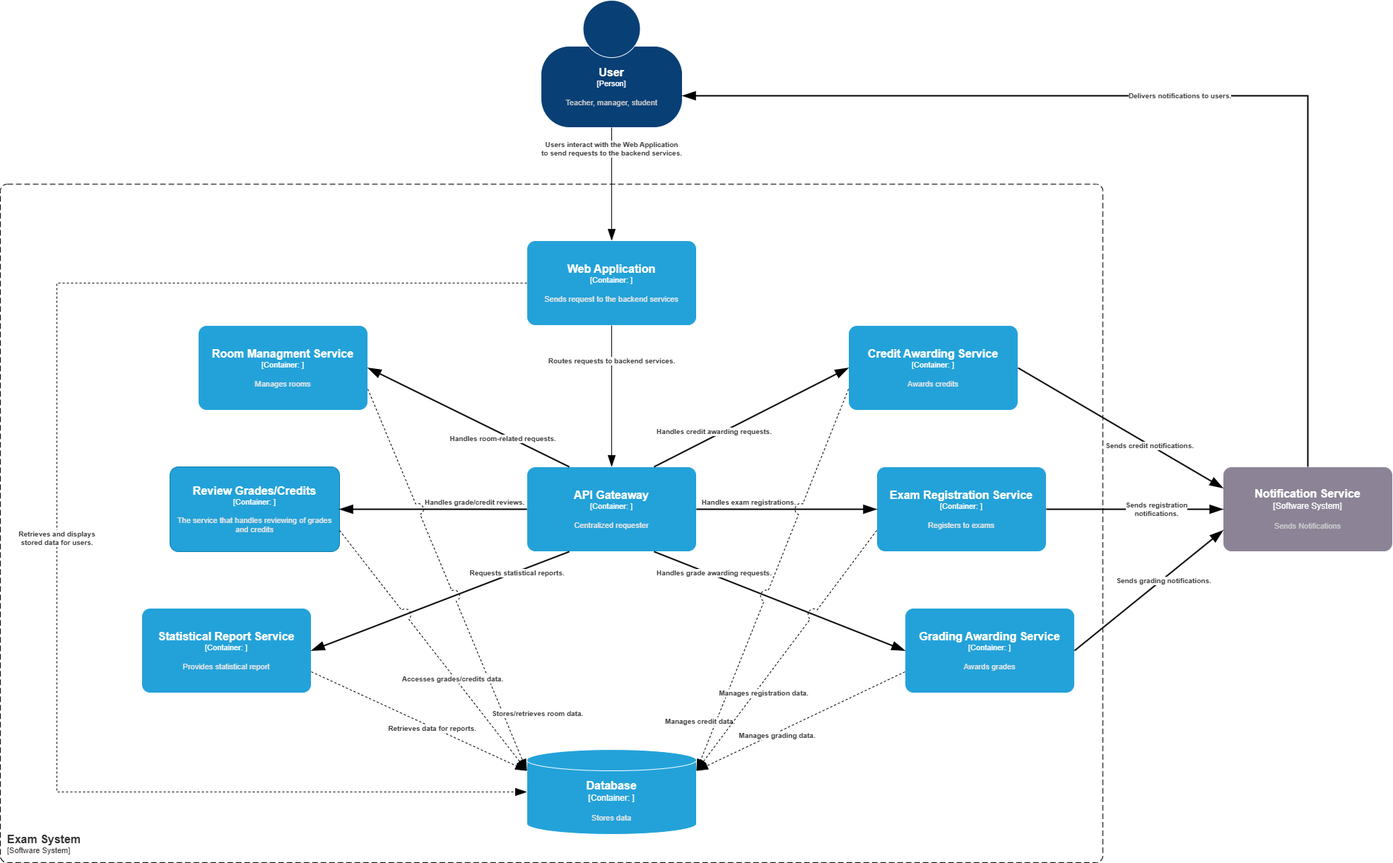
The draw.io diagram C4 Model/L2 Diagram.png in Metalystn/Exam-repository, before a commit. Source tidied: cells renumbered, new cells last; positions are measured from the earlier drawing's top-left corner, leaving out a move shared by most shapes.
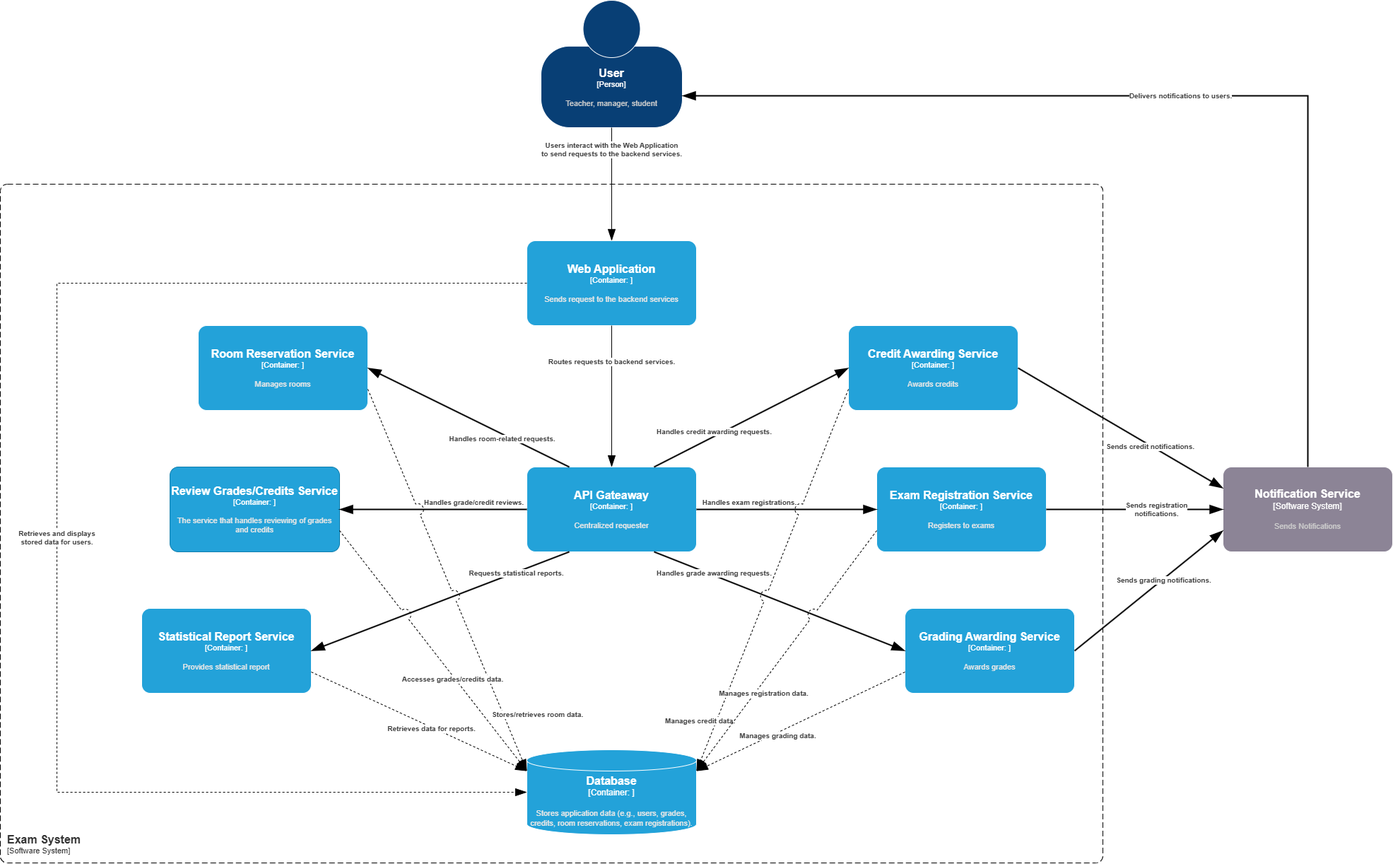
The same diagram one commit later.

Diff of the diagram source:
```diff
@@ -32,7 +32,7 @@
         <mxGeometry x="745" y="340" width="240" height="120" as="geometry" />
       </mxCell>
     </object>
-    <object id="8" label="&lt;font style=&quot;font-size: 16px&quot;&gt;&lt;b&gt;%c4Name%&lt;/b&gt;&lt;/font&gt;&lt;div&gt;[%c4Type%: %c4Technology%]&lt;/div&gt;&lt;br&gt;&lt;div&gt;&lt;font style=&quot;font-size: 11px&quot;&gt;&lt;font color=&quot;#E6E6E6&quot;&gt;%c4Description%&lt;/font&gt;&lt;/div&gt;" c4Description="Manages rooms" c4Name="Room Managment Service" c4Technology="" c4Type="Container" placeholders="1">
+    <object id="8" label="&lt;font style=&quot;font-size: 16px&quot;&gt;&lt;b&gt;%c4Name%&lt;/b&gt;&lt;/font&gt;&lt;div&gt;[%c4Type%: %c4Technology%]&lt;/div&gt;&lt;br&gt;&lt;div&gt;&lt;font style=&quot;font-size: 11px&quot;&gt;&lt;font color=&quot;#E6E6E6&quot;&gt;%c4Description%&lt;/font&gt;&lt;/div&gt;" c4Description="Manages rooms" c4Name="Room Reservation Service" c4Technology="" c4Type="Container" placeholders="1">
       <mxCell style="rounded=1;whiteSpace=wrap;html=1;fontSize=11;labelBackgroundColor=none;fillColor=#23A2D9;fontColor=#ffffff;align=center;arcSize=10;strokeColor=#FFFFFF;points=[[0.25,0,0],[0.5,0,0],[0.75,0,0],[1,0.25,0],[1,0.5,0],[1,0.75,0],[0.75,1,0],[0.5,1,0],[0.25,1,0],[0,0.75,0],[0,0.5,0],[0,0.25,0]];" parent="1" vertex="1">
         <mxGeometry x="280" y="460" width="240" height="120" as="geometry" />
       </mxCell>
@@ -47,7 +47,7 @@
         <mxGeometry x="1730" y="660" width="240" height="120" as="geometry" />
       </mxCell>
     </object>
-    <object id="11" label="&lt;font style=&quot;font-size: 16px&quot;&gt;&lt;b&gt;%c4Name%&lt;/b&gt;&lt;/font&gt;&lt;div&gt;[%c4Type%:&amp;nbsp;%c4Technology%]&lt;/div&gt;&lt;br&gt;&lt;div&gt;&lt;font style=&quot;font-size: 11px&quot;&gt;&lt;font color=&quot;#E6E6E6&quot;&gt;%c4Description%&lt;/font&gt;&lt;/div&gt;" c4Description="Stores data" c4Name="Database" c4Technology="" c4Type="Container" placeholders="1">
+    <object id="11" label="&lt;font style=&quot;font-size: 16px&quot;&gt;&lt;b&gt;%c4Name%&lt;/b&gt;&lt;/font&gt;&lt;div&gt;[%c4Type%:&amp;nbsp;%c4Technology%]&lt;/div&gt;&lt;br&gt;&lt;div&gt;&lt;font style=&quot;font-size: 11px&quot;&gt;&lt;font color=&quot;#E6E6E6&quot;&gt;%c4Description%&lt;/font&gt;&lt;/div&gt;" c4Description="Stores application data (e.g., users, grades, credits, room reservations, exam registrations)." c4Name="Database" c4Technology="" c4Type="Container" placeholders="1">
       <mxCell style="shape=cylinder3;size=15;whiteSpace=wrap;html=1;boundedLbl=1;rounded=0;labelBackgroundColor=none;fillColor=#23A2D9;fontSize=12;fontColor=#ffffff;align=center;strokeColor=#FFFFFF;points=[[0.5,0,0],[1,0.25,0],[1,0.5,0],[1,0.75,0],[0.5,1,0],[0,0.75,0],[0,0.5,0],[0,0.25,0]];" parent="1" vertex="1">
         <mxGeometry x="745" y="1060" width="240" height="120" as="geometry" />
       </mxCell>
@@ -57,7 +57,7 @@
         <mxGeometry y="260" width="1560" height="960" as="geometry" />
       </mxCell>
     </object>
-    <object id="13" label="&lt;font style=&quot;font-size: 16px&quot;&gt;&lt;b&gt;%c4Name%&lt;/b&gt;&lt;/font&gt;&lt;div&gt;[%c4Type%: %c4Technology%]&lt;/div&gt;&lt;br&gt;&lt;div&gt;&lt;font style=&quot;font-size: 11px&quot;&gt;&lt;font color=&quot;#E6E6E6&quot;&gt;%c4Description%&lt;/font&gt;&lt;/div&gt;" c4Description="The service that handles reviewing of grades and credits" c4Name="Review Grades/Credits" c4Technology="" c4Type="Container" placeholders="1">
+    <object id="13" label="&lt;font style=&quot;font-size: 16px&quot;&gt;&lt;b&gt;%c4Name%&lt;/b&gt;&lt;/font&gt;&lt;div&gt;[%c4Type%: %c4Technology%]&lt;/div&gt;&lt;br&gt;&lt;div&gt;&lt;font style=&quot;font-size: 11px&quot;&gt;&lt;font color=&quot;#E6E6E6&quot;&gt;%c4Description%&lt;/font&gt;&lt;/div&gt;" c4Description="The service that handles reviewing of grades and credits" c4Name="Review Grades/Credits Service" c4Technology="" c4Type="Container" placeholders="1">
       <mxCell style="rounded=1;whiteSpace=wrap;html=1;fontSize=11;labelBackgroundColor=none;fillColor=#23A2D9;fontColor=#ffffff;align=center;arcSize=10;strokeColor=#0E7DAD;points=[[0.25,0,0],[0.5,0,0],[0.75,0,0],[1,0.25,0],[1,0.5,0],[1,0.75,0],[0.75,1,0],[0.5,1,0],[0.25,1,0],[0,0.75,0],[0,0.5,0],[0,0.25,0]];" parent="1" vertex="1">
         <mxGeometry x="240" y="660" width="240" height="120" as="geometry" />
       </mxCell>
```
